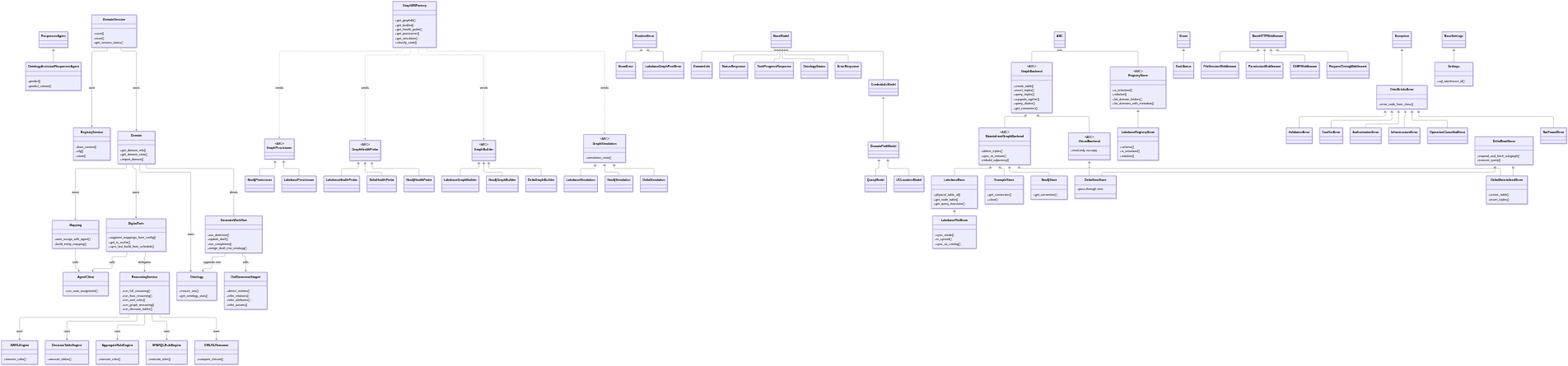
The Mermaid diagram docs/diagrams/class-hierarchy.png in databrickslabs/ontobricks, before a commit. Its source is kept beside it as docs/diagrams/class-hierarchy.mmd. Its diagram source:
```mermaid
classDiagram
    class Exception
    class RuntimeError
    class OntoBricksError { +error_code_from_class() }
    class NotFoundError
    class AuthorizationError
    class ConflictError
    class ValidationError
    class InfrastructureError
    class OperationCancelledError
    class PoolError
    class StoreError

    Exception    <|-- OntoBricksError
    OntoBricksError <|-- NotFoundError
    OntoBricksError <|-- AuthorizationError
    OntoBricksError <|-- ConflictError
    OntoBricksError <|-- ValidationError
    OntoBricksError <|-- InfrastructureError
    OntoBricksError <|-- OperationCancelledError
    RuntimeError <|-- PoolError
    RuntimeError <|-- StoreError

    class ABC
    class GraphBackend {
        <<ABC>>
        +create_table()
        +insert_triples()
        +query_triples()
        +supports_cypher()
        +query_dialect()
        +get_connection()
    }
    class MaterializedGraphBackend {
        <<ABC>>
        +delete_triples()
        +sync_to_remote()
        +rebuild_adjacency()
    }
    class VirtualBackend {
        <<ABC>>
        +read-only, no-copy
    }
    class ReadStore {
        +expand_and_fetch_subgraph()
        +execute_query()
    }
    class MaterializedStore {
        +create_table()
        +insert_triples()
    }
    class ViewStore {
        +pass-through view
    }
    class Base {
        +physical_table_id()
        +get_node_table()
        +get_query_translator()
    }
    class FlatStore {
        +sync_mode()
        +is_synced()
        +sync_uc_catalog()
    }
    class Store {
        +get_connection()
    }
    class ExampleStore {
        +get_connection()
        +close()
    }

    ABC                      <|-- GraphBackend
    GraphBackend             <|-- MaterializedGraphBackend
    GraphBackend             <|-- VirtualBackend
    MaterializedGraphBackend <|-- Base
    MaterializedGraphBackend <|-- MaterializedStore
    MaterializedGraphBackend <|-- Store
    MaterializedGraphBackend <|-- ExampleStore
    VirtualBackend           <|-- ViewStore
    ReadStore           <|-- MaterializedStore
    ReadStore           <|-- ViewStore
    Base             <|-- FlatStore

    class GraphBuilder { <<ABC>> }
    class GraphHealthProbe { <<ABC>> }
    class GraphProvisioner { <<ABC>> }
    class GraphSimulation {
        <<ABC>>
        +simulation_store()
    }
    class GraphDBFactory {
        +get_graphdb()
        +get_builder()
        +get_health_probe()
        +get_provisioner()
        +get_simulation()
        +classify_store()
    }

    GraphBuilder     <|-- Builder
    GraphBuilder     <|-- Builder
    GraphBuilder     <|-- Builder
    GraphHealthProbe <|-- HealthProbe
    GraphHealthProbe <|-- HealthProbe
    GraphHealthProbe <|-- HealthProbe
    GraphProvisioner <|-- Provisioner
    GraphProvisioner <|-- Provisioner
    GraphSimulation  <|-- Simulation
    GraphSimulation  <|-- Simulation
    GraphSimulation  <|-- Simulation
    GraphDBFactory ..> GraphBuilder : vends
    GraphDBFactory ..> GraphHealthProbe : vends
    GraphDBFactory ..> GraphProvisioner : vends
    GraphDBFactory ..> GraphSimulation : vends

    class RegistryStore {
        <<ABC>>
        +is_initialized()
        +initialize()
        +list_domain_folders()
        +list_domains_with_metadata()
    }
    class LakebaseRegistryStore {
        +schema()
        +is_initialized()
        +initialize()
    }

    ABC           <|-- RegistryStore
    RegistryStore <|-- LakebaseRegistryStore

    class BaseHTTPMiddleware
    class FileSessionMiddleware
    class CSRFMiddleware
    class PermissionMiddleware
    class RequestTimingMiddleware

    BaseHTTPMiddleware <|-- FileSessionMiddleware
    BaseHTTPMiddleware <|-- CSRFMiddleware
    BaseHTTPMiddleware <|-- PermissionMiddleware
    BaseHTTPMiddleware <|-- RequestTimingMiddleware

    class BaseSettings
    class Settings { +sql_warehouse_id() }
    BaseSettings <|-- Settings

    class Enum
    class TaskStatus
    Enum <|-- TaskStatus

    class ResponsesAgent
    class OntologyAssistantResponsesAgent {
        +predict()
        +predict_stream()
    }
    ResponsesAgent <|-- OntologyAssistantResponsesAgent

    class BaseModel
    class CredentialsModel
    class DomainPathModel
    class QueryModel
    class UCLocationModel
    class ErrorResponse
    class DomainInfo
    class OntologyStatus
    class TaskProgressResponse
    class StatusResponse

    BaseModel      <|-- CredentialsModel
    CredentialsModel <|-- DomainPathModel
    DomainPathModel  <|-- QueryModel
    DomainPathModel  <|-- UCLocationModel
    BaseModel      <|-- ErrorResponse
    BaseModel      <|-- DomainInfo
    BaseModel      <|-- OntologyStatus
    BaseModel      <|-- TaskProgressResponse
    BaseModel      <|-- StatusResponse

    class ReasoningService {
        +run_full_reasoning()
        +run_tbox_reasoning()
        +run_swrl_rules()
        +run_graph_reasoning()
        +run_decision_tables()
    }
    class SPARQLRuleEngine { +execute_rules() }
    class SWRLEngine       { +execute_rules() }
    class AggregateRuleEngine { +execute_rules() }
    class DecisionTableEngine { +execute_tables() }
    class OWLRLReasoner    { +compute_closure() }

    ReasoningService --> SPARQLRuleEngine    : uses
    ReasoningService --> SWRLEngine          : uses
    ReasoningService --> AggregateRuleEngine : uses
    ReasoningService --> DecisionTableEngine : uses
    ReasoningService --> OWLRLReasoner       : uses

    class DomainSession {
        +save()
        +reset()
        +get_session_status()
    }
    class Domain {
        +get_domain_info()
        +get_domain_stats()
        +import_domain()
    }
    class Ontology {
        +ensure_uris()
        +get_ontology_stats()
    }
    class GenerateWorkflow {
        +run_detection()
        +update_draft()
        +run_completion()
        +merge_draft_into_ontology()
    }
    class OwlGeneratorStaged {
        +detect_entities()
        +infer_relations()
        +infer_attributes()
        +infer_axioms()
    }
    class DigitalTwin {
        +augment_mappings_from_config()
        +get_ts_cache()
        +sync_last_build_from_schedule()
    }
    class Mapping {
        +auto_assign_with_agent()
        +build_entity_mapping()
    }
    class RegistryService {
        +from_context()
        +cfg()
        +store()
    }
    class AgentClient {
        +run_auto_assignment()
    }

    DomainSession --> Domain          : owns
    DomainSession --> RegistryService : uses
    Domain        --> Ontology        : owns
    Domain        --> DigitalTwin     : owns
    Domain        --> Mapping         : owns
    Domain        --> GenerateWorkflow : drives
    Mapping       --> AgentClient     : calls
    DigitalTwin   --> AgentClient     : calls
    DigitalTwin   --> ReasoningService : delegates
    GenerateWorkflow --> OwlGeneratorStaged : calls
    GenerateWorkflow --> Ontology     : appends into
```
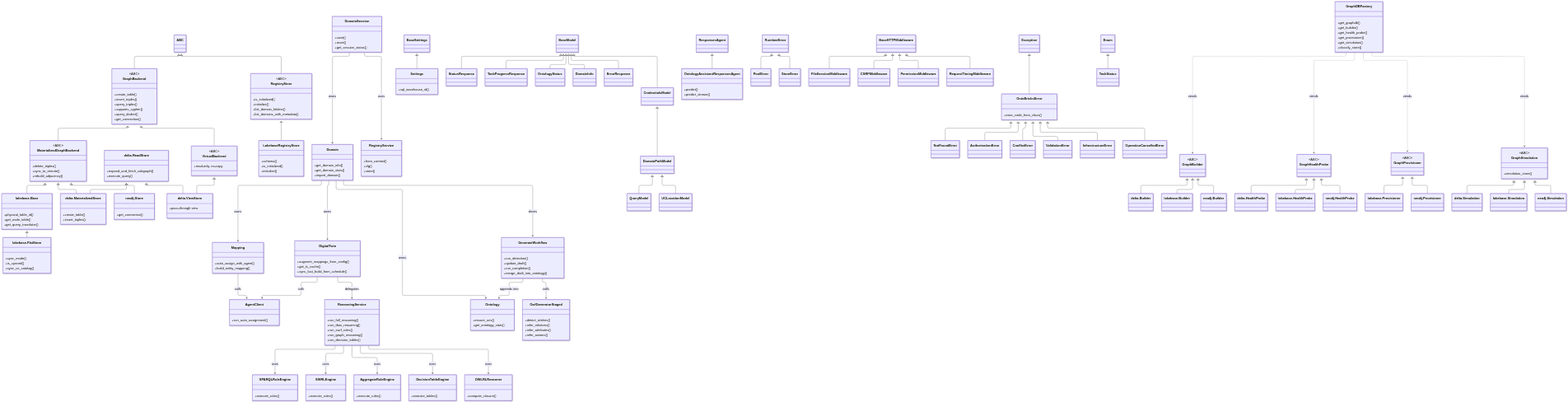
The same diagram one commit later.

Commit message:
docs(graphdb): document interfaces/ contract + refresh class diagram

Change to the diagram source:
```diff
@@ -41,46 +41,41 @@
         <<ABC>>
         +read-only, no-copy
     }
-    class ReadStore {
+    class dReadStore["delta.ReadStore"] {
         +expand_and_fetch_subgraph()
         +execute_query()
     }
-    class MaterializedStore {
+    class dMaterializedStore["delta.MaterializedStore"] {
         +create_table()
         +insert_triples()
     }
-    class ViewStore {
+    class dViewStore["delta.ViewStore"] {
         +pass-through view
     }
-    class Base {
+    class lBase["lakebase.Base"] {
         +physical_table_id()
         +get_node_table()
         +get_query_translator()
     }
-    class FlatStore {
+    class lFlatStore["lakebase.FlatStore"] {
         +sync_mode()
         +is_synced()
         +sync_uc_catalog()
     }
-    class Store {
+    class nStore["neo4j.Store"] {
         +get_connection()
-    }
-    class ExampleStore {
-        +get_connection()
-        +close()
     }
 
     ABC                      <|-- GraphBackend
     GraphBackend             <|-- MaterializedGraphBackend
     GraphBackend             <|-- VirtualBackend
-    MaterializedGraphBackend <|-- Base
-    MaterializedGraphBackend <|-- MaterializedStore
-    MaterializedGraphBackend <|-- Store
-    MaterializedGraphBackend <|-- ExampleStore
-    VirtualBackend           <|-- ViewStore
-    ReadStore           <|-- MaterializedStore
-    ReadStore           <|-- ViewStore
-    Base             <|-- FlatStore
+    MaterializedGraphBackend <|-- lBase
+    MaterializedGraphBackend <|-- dMaterializedStore
+    MaterializedGraphBackend <|-- nStore
+    VirtualBackend           <|-- dViewStore
+    dReadStore               <|-- dMaterializedStore
+    dReadStore               <|-- dViewStore
+    lBase                    <|-- lFlatStore
 
     class GraphBuilder { <<ABC>> }
     class GraphHealthProbe { <<ABC>> }
@@ -98,17 +93,29 @@
         +classify_store()
     }
 
-    GraphBuilder     <|-- Builder
-    GraphBuilder     <|-- Builder
-    GraphBuilder     <|-- Builder
-    GraphHealthProbe <|-- HealthProbe
-    GraphHealthProbe <|-- HealthProbe
-    GraphHealthProbe <|-- HealthProbe
-    GraphProvisioner <|-- Provisioner
-    GraphProvisioner <|-- Provisioner
-    GraphSimulation  <|-- Simulation
-    GraphSimulation  <|-- Simulation
-    GraphSimulation  <|-- Simulation
+    class dBuilder["delta.Builder"]
+    class lBuilder["lakebase.Builder"]
+    class nBuilder["neo4j.Builder"]
+    class dHealthProbe["delta.HealthProbe"]
+    class lHealthProbe["lakebase.HealthProbe"]
+    class nHealthProbe["neo4j.HealthProbe"]
+    class lProvisioner["lakebase.Provisioner"]
+    class nProvisioner["neo4j.Provisioner"]
+    class dSimulation["delta.Simulation"]
+    class lSimulation["lakebase.Simulation"]
+    class nSimulation["neo4j.Simulation"]
+
+    GraphBuilder     <|-- dBuilder
+    GraphBuilder     <|-- lBuilder
+    GraphBuilder     <|-- nBuilder
+    GraphHealthProbe <|-- dHealthProbe
+    GraphHealthProbe <|-- lHealthProbe
+    GraphHealthProbe <|-- nHealthProbe
+    GraphProvisioner <|-- lProvisioner
+    GraphProvisioner <|-- nProvisioner
+    GraphSimulation  <|-- dSimulation
+    GraphSimulation  <|-- lSimulation
+    GraphSimulation  <|-- nSimulation
     GraphDBFactory ..> GraphBuilder : vends
     GraphDBFactory ..> GraphHealthProbe : vends
     GraphDBFactory ..> GraphProvisioner : vends
```
